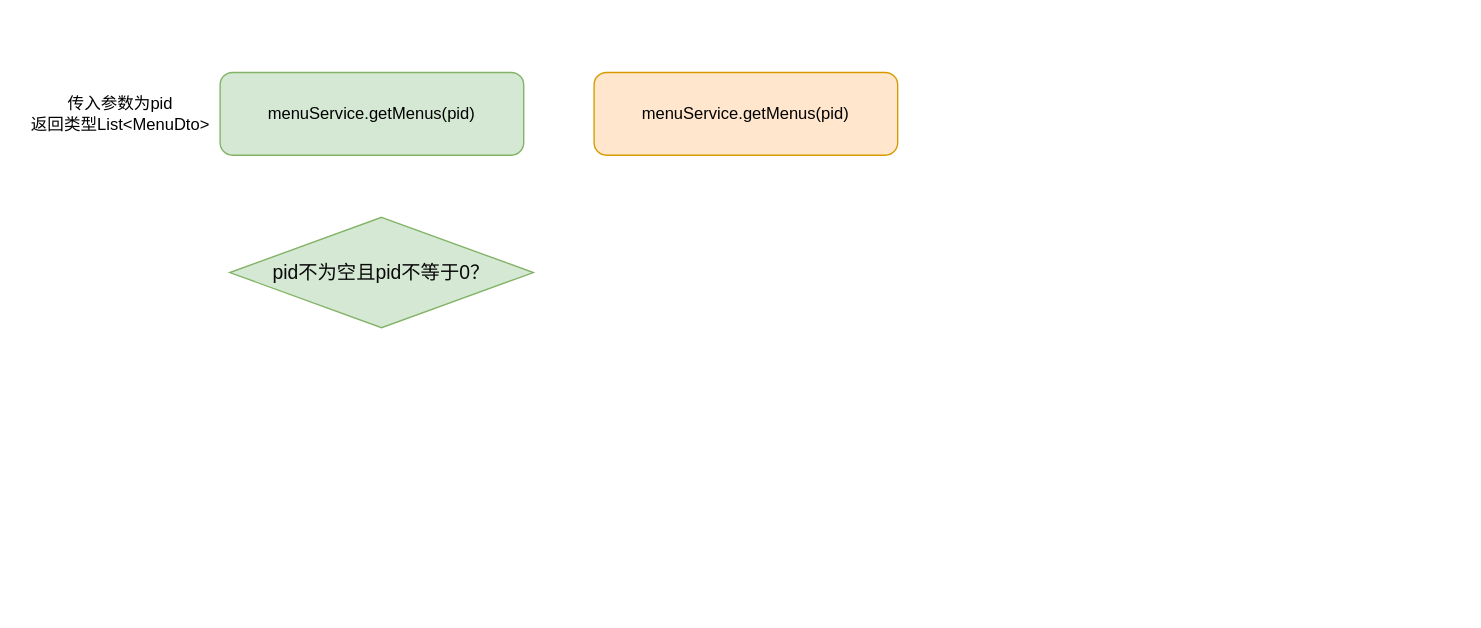
Earlier version of the draw.io diagram page "返回全部的菜单" (3 of 3) of eladmin.drawio (HonyoLAN/telmy). Source tidied: cells renumbered, new cells numbered last; positions are measured from the earlier drawing's top-left corner, leaving out a move shared by most shapes. Both pictures are drawn from the tidied source at 138%, with x=0, y=0 at pixel (23, 72).
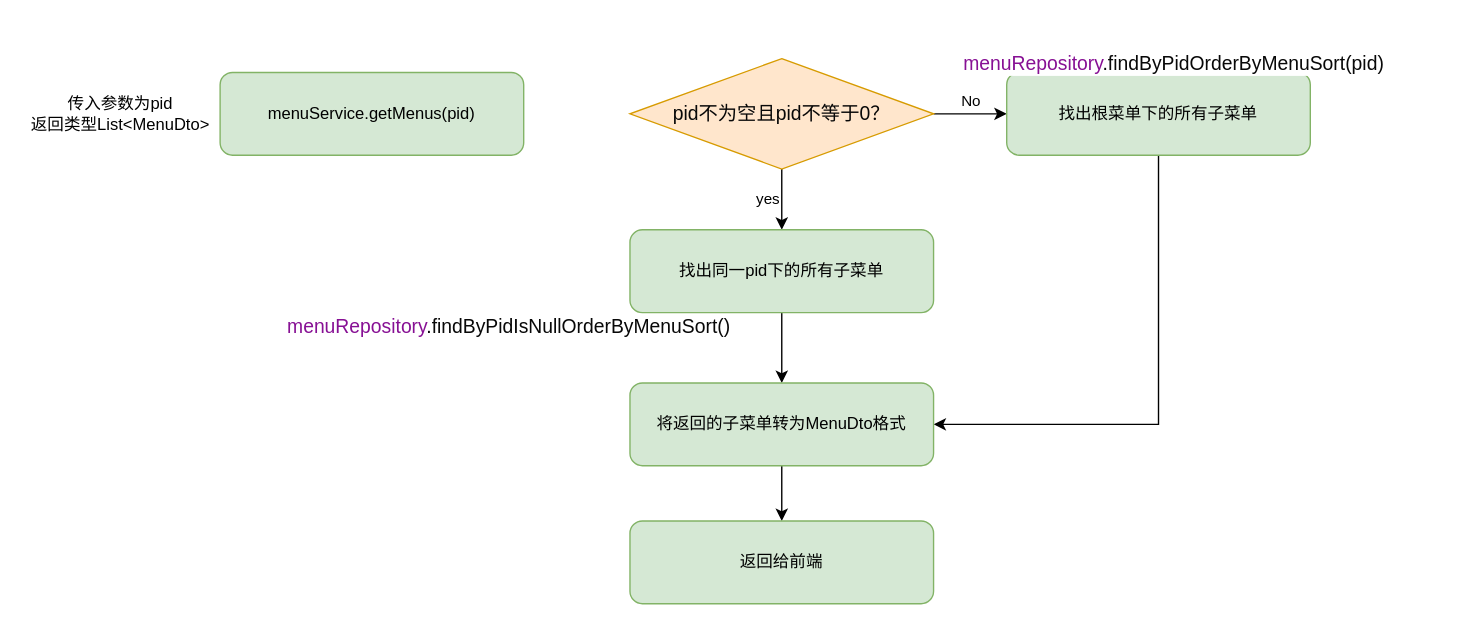
The same diagram, later.

The edit, as a diff of the source:
```diff
@@
 <mxGraphModel>
   <root>
     <mxCell id="0" />
     <mxCell id="1" parent="0" />
     <mxCell id="2" value="&lt;span style=&quot;font-size: 12px;&quot;&gt;menuService.getMenus(pid)&lt;/span&gt;" style="rounded=1;whiteSpace=wrap;html=1;fillColor=#d5e8d4;strokeColor=#82b366;" parent="1" vertex="1">
       <mxGeometry x="142" width="220" height="60" as="geometry" />
     </mxCell>
     <mxCell id="3" value="传入参数为pid&lt;br&gt;返回类型List&amp;lt;MenuDto&amp;gt;" style="text;html=1;strokeColor=none;fillColor=none;align=center;verticalAlign=middle;whiteSpace=wrap;rounded=0;" parent="1" vertex="1">
       <mxGeometry y="15" width="140" height="30" as="geometry" />
     </mxCell>
-    <mxCell id="4" value="&lt;span style=&quot;font-size: 12px;&quot;&gt;menuService.getMenus(pid)&lt;/span&gt;" style="rounded=1;whiteSpace=wrap;html=1;fillColor=#ffe6cc;strokeColor=#d79b00;" parent="1" vertex="1">
-      <mxGeometry x="413" width="220" height="60" as="geometry" />
-    </mxCell>
+    <mxCell id="6" value="yes" style="edgeStyle=orthogonalEdgeStyle;rounded=0;jettySize=auto;html=1;labelPosition=left;verticalLabelPosition=middle;align=right;verticalAlign=middle;" parent="1" edge="1" source="5" target="9">
+      <mxGeometry relative="1" as="geometry" />
+    </mxCell>
+    <mxCell id="7" value="No" style="edgeStyle=orthogonalEdgeStyle;rounded=0;jettySize=auto;html=1;labelPosition=center;verticalLabelPosition=top;align=center;verticalAlign=bottom;" parent="1" edge="1" source="5" target="11">
+      <mxGeometry relative="1" as="geometry" />
+    </mxCell>
-    <mxCell id="5" value="&lt;pre style=&quot;color: rgb(8, 8, 8); font-family: &amp;quot;JetBrains Mono&amp;quot;; font-size: 10.5pt;&quot;&gt;pid不为空且pid不等于0？&lt;/pre&gt;" style="rhombus;whiteSpace=wrap;html=1;fillColor=#d5e8d4;strokeColor=#82b366;labelBackgroundColor=none;" parent="1" vertex="1">
-      <mxGeometry x="149" y="105" width="220" height="80" as="geometry" />
+    <mxCell id="5" value="&lt;pre style=&quot;color: rgb(8, 8, 8); font-family: &amp;quot;JetBrains Mono&amp;quot;; font-size: 10.5pt;&quot;&gt;pid不为空且pid不等于0？&lt;/pre&gt;" style="rhombus;whiteSpace=wrap;html=1;fillColor=#ffe6cc;strokeColor=#d79b00;labelBackgroundColor=none;" parent="1" vertex="1">
+      <mxGeometry x="439" y="-10" width="220" height="80" as="geometry" />
     </mxCell>
+    <mxCell id="8" style="edgeStyle=orthogonalEdgeStyle;rounded=0;jettySize=auto;html=1;" parent="1" edge="1" source="9" target="13">
+      <mxGeometry relative="1" as="geometry" />
+    </mxCell>
+    <mxCell id="9" value="找出同一pid下的所有子菜单" style="rounded=1;whiteSpace=wrap;html=1;fillColor=#d5e8d4;strokeColor=#82b366;" parent="1" vertex="1">
+      <mxGeometry x="439" y="114" width="220" height="60" as="geometry" />
+    </mxCell>
+    <mxCell id="10" style="edgeStyle=orthogonalEdgeStyle;rounded=0;jettySize=auto;html=1;exitX=0.5;exitY=1;exitDx=0;exitDy=0;entryX=1;entryY=0.5;entryDx=0;entryDy=0;" parent="1" edge="1" source="11" target="13">
+      <mxGeometry relative="1" as="geometry" />
+    </mxCell>
+    <mxCell id="11" value="&lt;span style=&quot;font-size: 12px;&quot;&gt;找出根菜单下的所有子菜单&lt;/span&gt;" style="rounded=1;whiteSpace=wrap;html=1;fillColor=#d5e8d4;strokeColor=#82b366;" parent="1" vertex="1">
+      <mxGeometry x="712" width="220" height="60" as="geometry" />
+    </mxCell>
+    <mxCell id="12" style="edgeStyle=orthogonalEdgeStyle;rounded=0;jettySize=auto;html=1;" parent="1" edge="1" source="13" target="16">
+      <mxGeometry relative="1" as="geometry" />
+    </mxCell>
+    <mxCell id="13" value="&lt;span style=&quot;font-size: 12px;&quot;&gt;将返回的子菜单转为MenuDto格式&lt;/span&gt;" style="rounded=1;whiteSpace=wrap;html=1;fillColor=#d5e8d4;strokeColor=#82b366;" parent="1" vertex="1">
+      <mxGeometry x="439" y="225" width="220" height="60" as="geometry" />
+    </mxCell>
+    <mxCell id="14" value="&lt;pre style=&quot;background-color:#ffffff;color:#080808;font-family:'JetBrains Mono';font-size:10.5pt;&quot;&gt;&lt;span style=&quot;color:#871094;&quot;&gt;menuRepository&lt;/span&gt;.findByPidOrderByMenuSort(pid)&lt;/pre&gt;" style="text;whiteSpace=wrap;html=1;" parent="1" vertex="1">
+      <mxGeometry x="679" y="-35" width="360" height="70" as="geometry" />
+    </mxCell>
+    <mxCell id="15" value="&lt;pre style=&quot;background-color:#ffffff;color:#080808;font-family:'JetBrains Mono';font-size:10.5pt;&quot;&gt;&lt;span style=&quot;color:#871094;&quot;&gt;menuRepository&lt;/span&gt;.findByPidIsNullOrderByMenuSort()&lt;/pre&gt;" style="text;whiteSpace=wrap;html=1;" parent="1" vertex="1">
+      <mxGeometry x="189" y="155" width="380" height="70" as="geometry" />
+    </mxCell>
+    <mxCell id="16" value="返回给前端" style="rounded=1;whiteSpace=wrap;html=1;fillColor=#d5e8d4;strokeColor=#82b366;" parent="1" vertex="1">
+      <mxGeometry x="439" y="325" width="220" height="60" as="geometry" />
+    </mxCell>
   </root>
 </mxGraphModel>
```
